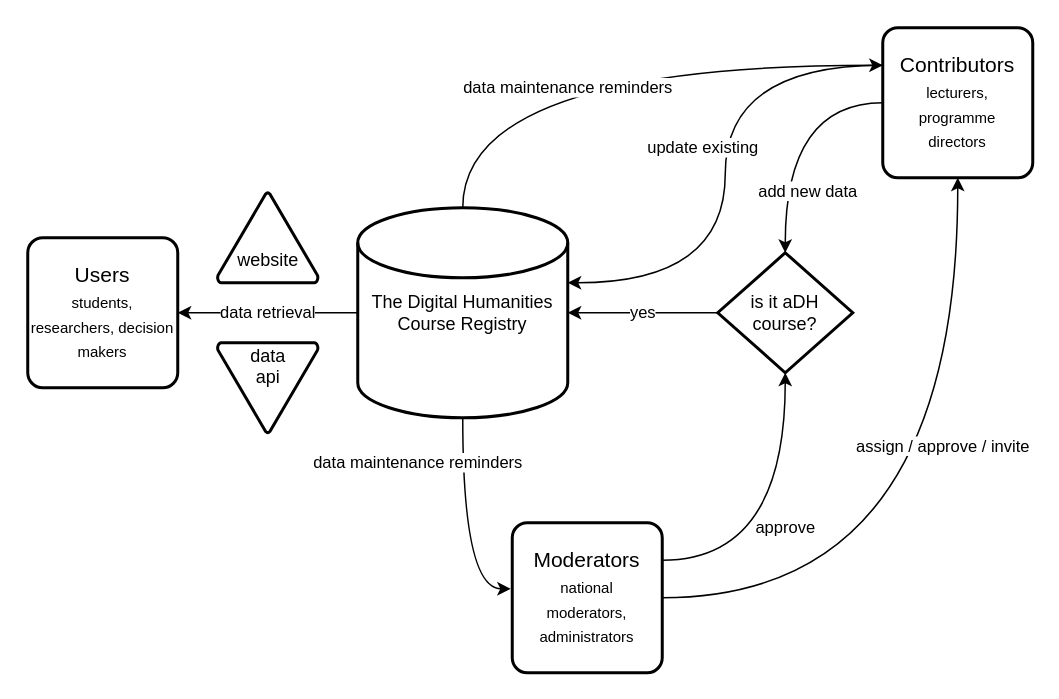
The draw.io diagram app/webroot/files/DHCR processes.drawio in hashmich/DHCR-Back-End, before the edit. Source tidied: cells renumbered, new cells numbered last; positions are measured from the earlier drawing's top-left corner, leaving out a move shared by most shapes. Both pictures are drawn from the tidied source at 150%, with x=0, y=0 at pixel (27, 27).
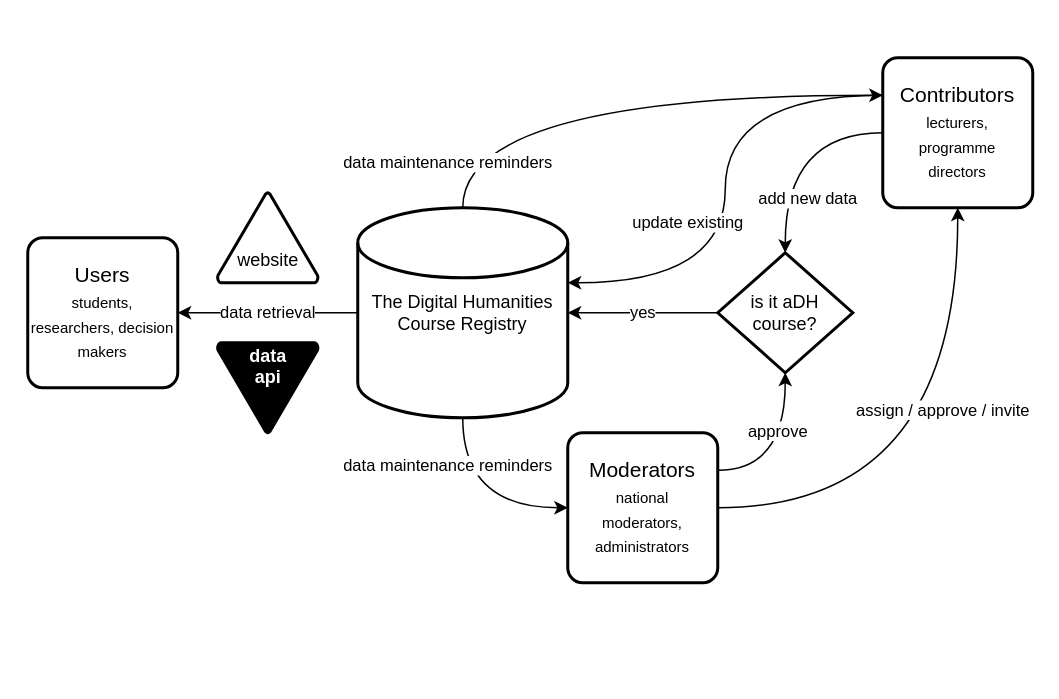
After the change.

What changed in the source:
```diff
@@
 <mxGraphModel>
   <root>
     <mxCell id="0" />
     <mxCell id="1" parent="0" />
     <mxCell id="2" value="data retrieval" style="edgeStyle=orthogonalEdgeStyle;rounded=0;jettySize=auto;html=1;exitX=0;exitY=0.5;exitDx=0;exitDy=0;entryX=1;entryY=0.5;entryDx=0;entryDy=0;elbow=vertical;curved=1;" parent="1" edge="1" source="5" target="6">
       <mxGeometry relative="1" as="geometry" />
     </mxCell>
     <mxCell id="3" value="data maintenance reminders" style="edgeStyle=orthogonalEdgeStyle;curved=1;rounded=0;jettySize=auto;html=1;exitX=0.5;exitY=0;exitDx=0;exitDy=0;entryX=0;entryY=0.25;entryDx=0;entryDy=0;" parent="1" edge="1" source="5" target="9">
-      <mxGeometry x="-0.12" y="-15" relative="1" as="geometry" />
+      <mxGeometry x="-0.83" y="10" relative="1" as="geometry" />
     </mxCell>
-    <mxCell id="4" value="data maintenance reminders" style="edgeStyle=orthogonalEdgeStyle;curved=1;rounded=0;jettySize=auto;html=1;exitX=0.5;exitY=1;exitDx=0;exitDy=0;entryX=-0.01;entryY=0.44;entryDx=0;entryDy=0;entryPerimeter=0;" parent="1" edge="1" source="5" target="12">
-      <mxGeometry x="-0.59" y="-30" relative="1" as="geometry" />
+    <mxCell id="4" value="data maintenance reminders" style="edgeStyle=orthogonalEdgeStyle;curved=1;rounded=0;jettySize=auto;html=1;exitX=0.5;exitY=1;exitDx=0;exitDy=0;entryX=0;entryY=0.5;entryDx=0;entryDy=0;" parent="1" edge="1" source="5" target="12">
+      <mxGeometry x="-0.51" y="-10" relative="1" as="geometry" />
     </mxCell>
     <mxCell id="5" value="The Digital Humanities Course Registry" style="strokeWidth=2;html=1;shape=mxgraph.flowchart.database;whiteSpace=wrap;fontFamily=Helvetica;fontSize=12;fontColor=#000000;align=center;strokeColor=#000000;fillColor=#ffffff;" parent="1" vertex="1">
       <mxGeometry x="220" y="120" width="140" height="140" as="geometry" />
     </mxCell>
     <mxCell id="6" value="&lt;div&gt;Users&lt;/div&gt;&lt;div&gt;&lt;font style=&quot;font-size: 10px&quot;&gt;students, researchers, decision makers&lt;/font&gt;&lt;br&gt;&lt;/div&gt;" style="strokeWidth=2;rounded=1;arcSize=10;whiteSpace=wrap;html=1;align=center;fontSize=14;" parent="1" vertex="1">
       <mxGeometry y="140" width="100" height="100" as="geometry" />
     </mxCell>
     <mxCell id="7" value="add new data" style="edgeStyle=orthogonalEdgeStyle;curved=1;rounded=0;jettySize=auto;html=1;exitX=0;exitY=0.5;exitDx=0;exitDy=0;entryX=0.5;entryY=0;entryDx=0;entryDy=0;entryPerimeter=0;" parent="1" edge="1" source="9" target="14">
       <mxGeometry x="0.5" y="15" relative="1" as="geometry" />
     </mxCell>
     <mxCell id="8" value="update existing" style="edgeStyle=orthogonalEdgeStyle;curved=1;rounded=0;jettySize=auto;html=1;exitX=0;exitY=0.25;exitDx=0;exitDy=0;entryX=1;entryY=0.357;entryDx=0;entryDy=0;entryPerimeter=0;" parent="1" edge="1" source="9" target="5">
-      <mxGeometry x="-0.41" y="57" relative="1" as="geometry">
-        <mxPoint x="-72" y="55" as="offset" />
-      </mxGeometry>
+      <mxGeometry x="0.52" y="-40" relative="1" as="geometry" />
     </mxCell>
     <mxCell id="9" value="&lt;div&gt;Contributors&lt;/div&gt;&lt;div&gt;&lt;font style=&quot;font-size: 10px&quot;&gt;lecturers,&lt;/font&gt;&lt;/div&gt;&lt;div&gt;&lt;font style=&quot;font-size: 10px&quot;&gt;programme&lt;/font&gt;&lt;/div&gt;&lt;div&gt;&lt;font style=&quot;font-size: 10px&quot;&gt;directors&lt;/font&gt;&lt;br&gt;&lt;/div&gt;" style="strokeWidth=2;rounded=1;arcSize=10;whiteSpace=wrap;html=1;align=center;fontSize=14;" parent="1" vertex="1">
-      <mxGeometry x="570" width="100" height="100" as="geometry" />
+      <mxGeometry x="570" y="20" width="100" height="100" as="geometry" />
     </mxCell>
     <mxCell id="10" value="assign / approve / invite" style="edgeStyle=orthogonalEdgeStyle;curved=1;rounded=0;jettySize=auto;html=1;exitX=1;exitY=0.5;exitDx=0;exitDy=0;" parent="1" edge="1" source="12" target="9">
       <mxGeometry x="0.25" y="10" relative="1" as="geometry" />
     </mxCell>
     <mxCell id="11" value="approve" style="edgeStyle=orthogonalEdgeStyle;curved=1;rounded=0;jettySize=auto;html=1;exitX=1;exitY=0.25;exitDx=0;exitDy=0;entryX=0.5;entryY=1;entryDx=0;entryDy=0;entryPerimeter=0;" parent="1" edge="1" source="12" target="14">
-      <mxGeometry relative="1" as="geometry" />
+      <mxGeometry x="0.29" y="5" relative="1" as="geometry" />
     </mxCell>
     <mxCell id="12" value="&lt;div&gt;Moderators&lt;/div&gt;&lt;div&gt;&lt;font style=&quot;font-size: 10px&quot;&gt;national&lt;/font&gt;&lt;/div&gt;&lt;div&gt;&lt;font style=&quot;font-size: 10px&quot;&gt;moderators,&lt;/font&gt;&lt;/div&gt;&lt;div&gt;&lt;font style=&quot;font-size: 10px&quot;&gt;administrators&lt;/font&gt;&lt;br&gt;&lt;/div&gt;" style="strokeWidth=2;rounded=1;arcSize=10;whiteSpace=wrap;html=1;align=center;fontSize=14;" parent="1" vertex="1">
-      <mxGeometry x="323" y="330" width="100" height="100" as="geometry" />
+      <mxGeometry x="360" y="270" width="100" height="100" as="geometry" />
     </mxCell>
     <mxCell id="13" value="yes" style="edgeStyle=orthogonalEdgeStyle;curved=1;rounded=0;jettySize=auto;html=1;exitX=0;exitY=0.5;exitDx=0;exitDy=0;exitPerimeter=0;" parent="1" edge="1" source="14" target="5">
       <mxGeometry relative="1" as="geometry" />
     </mxCell>
     <mxCell id="14" value="is it aDH course?" style="strokeWidth=2;html=1;shape=mxgraph.flowchart.decision;whiteSpace=wrap;" parent="1" vertex="1">
       <mxGeometry x="460" y="150" width="90" height="80" as="geometry" />
     </mxCell>
     <mxCell id="15" value="&lt;div&gt;&lt;br&gt;&lt;/div&gt;&lt;div&gt;&lt;br&gt;&lt;/div&gt;&lt;div&gt;website&lt;/div&gt;" style="strokeWidth=2;html=1;shape=mxgraph.flowchart.extract_or_measurement;whiteSpace=wrap;" parent="1" vertex="1">
       <mxGeometry x="126.5" y="110" width="67" height="60" as="geometry" />
     </mxCell>
-    <mxCell id="16" value="&lt;div&gt;data&lt;/div&gt;&lt;div&gt;api&lt;/div&gt;&lt;div&gt;&lt;br&gt;&lt;/div&gt;&lt;div&gt;&lt;br&gt;&lt;/div&gt;" style="strokeWidth=2;html=1;shape=mxgraph.flowchart.extract_or_measurement;whiteSpace=wrap;rotation=0;direction=west;" parent="1" vertex="1">
+    <mxCell id="16" value="&lt;div&gt;&lt;b&gt;&lt;font color=&quot;#ffffff&quot;&gt;data&lt;/font&gt;&lt;/b&gt;&lt;/div&gt;&lt;div&gt;&lt;b&gt;&lt;font color=&quot;#ffffff&quot;&gt;api&lt;/font&gt;&lt;/b&gt;&lt;/div&gt;&lt;div&gt;&lt;b&gt;&lt;font color=&quot;#ffffff&quot;&gt;&lt;br&gt;&lt;/font&gt;&lt;/b&gt;&lt;/div&gt;&lt;div&gt;&lt;b&gt;&lt;font color=&quot;#ffffff&quot;&gt;&lt;br&gt;&lt;/font&gt;&lt;/b&gt;&lt;/div&gt;" style="strokeWidth=2;html=1;shape=mxgraph.flowchart.extract_or_measurement;whiteSpace=wrap;rotation=0;direction=west;fillColor=#000000;" parent="1" vertex="1">
       <mxGeometry x="126.5" y="210" width="67" height="60" as="geometry" />
     </mxCell>
   </root>
 </mxGraphModel>
```
